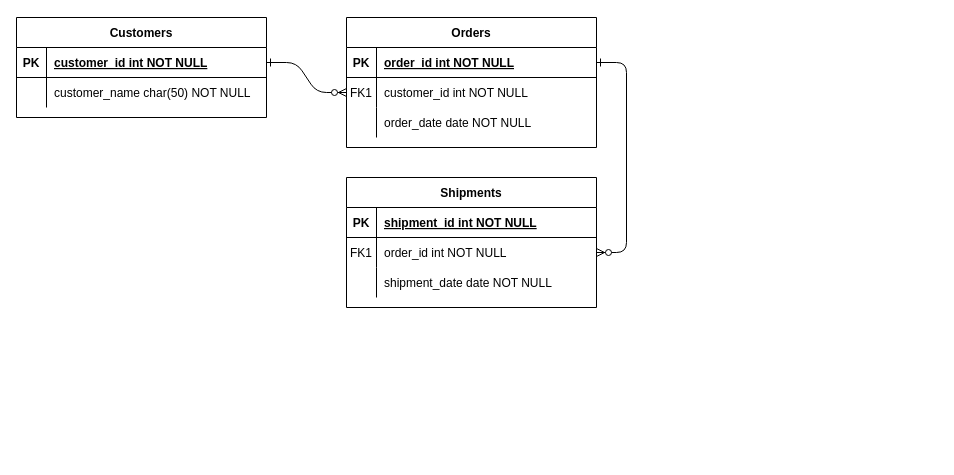
seonghunYang/algorithm keeps this draw.io diagram as Untitled Diagram.drawio. Above is the earlier version. Source tidied: cells renumbered, new cells numbered last; positions are measured from the earlier drawing's top-left corner, leaving out a move shared by most shapes. Both pictures are drawn from the tidied source at 100%, with x=0, y=0 at pixel (16, 17).
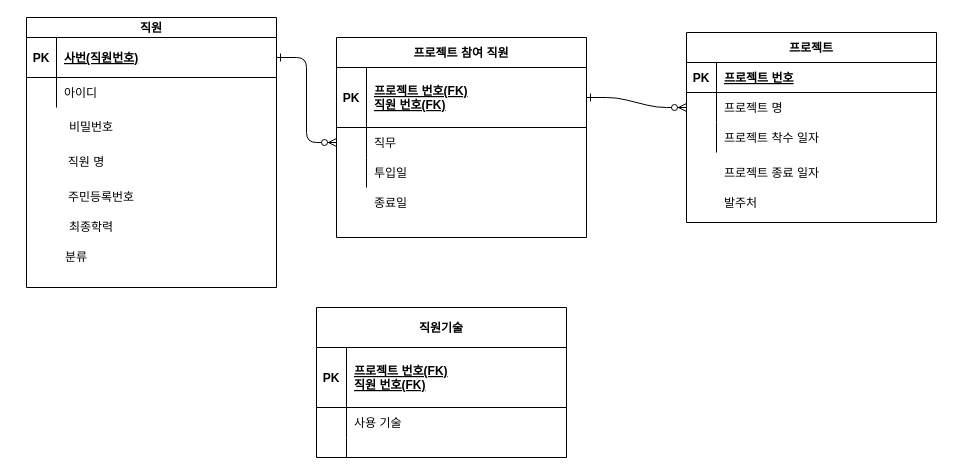
Above is the later version.

Unchanged cells that the change refers to:
```xml
<mxCell id="15" style="shape=partialRectangle;fillColor=none;top=0;left=0;right=0;bottom=1;" parent="14" vertex="1">
  <mxGeometry y="30" width="250" height="30" as="geometry" />
</mxCell>
<mxCell id="18" style="shape=partialRectangle;fillColor=none;points=[[0,0.5],[1,0.5]];portConstraint=eastwest;top=0;left=0;right=0;bottom=0;" parent="14" vertex="1">
  <mxGeometry y="60" width="250" height="30" as="geometry" />
</mxCell>
<mxCell id="21" style="shape=partialRectangle;fillColor=none;top=0;left=0;right=0;bottom=0;" parent="14" vertex="1">
  <mxGeometry y="90" width="250" height="30" as="geometry" />
</mxCell>
<mxCell id="28" style="shape=partialRectangle;fillColor=none;top=0;left=0;right=0;bottom=0;" parent="24" vertex="1">
  <mxGeometry y="60" width="250" height="30" as="geometry" />
</mxCell>
```

The edit, as a diff of the source:
```diff
@@
-    <mxCell id="4" value="Orders" style="shape=table;startSize=30;childLayout=tableLayout;rowLines=0;fontStyle=1;align=center;" parent="1" vertex="1">
-      <mxGeometry x="330" width="250" height="130" as="geometry" />
+    <mxCell id="4" value="프로젝트 참여 직원" style="shape=table;startSize=30;childLayout=tableLayout;rowLines=0;fontStyle=1;align=center;" parent="1" vertex="1">
+      <mxGeometry x="320" y="20" width="250" height="200" as="geometry" />
     </mxCell>
     <mxCell id="5" style="shape=partialRectangle;fillColor=none;points=[[0,0.5],[1,0.5]];portConstraint=eastwest;top=0;left=0;right=0;bottom=1;" parent="4" vertex="1">
-      <mxGeometry y="30" width="250" height="30" as="geometry" />
+      <mxGeometry y="30" width="250" height="60" as="geometry" />
     </mxCell>
     <mxCell id="6" value="PK" style="shape=partialRectangle;overflow=hidden;fillColor=none;top=0;left=0;bottom=0;right=0;fontStyle=1;" parent="5" vertex="1">
-      <mxGeometry width="30" height="30" as="geometry" />
+      <mxGeometry width="30" height="60" as="geometry" />
     </mxCell>
-    <mxCell id="7" value="order_id int NOT NULL " style="shape=partialRectangle;overflow=hidden;fillColor=none;top=0;left=0;bottom=0;right=0;align=left;spacingLeft=6;fontStyle=5;" parent="5" vertex="1">
-      <mxGeometry x="30" width="220" height="30" as="geometry" />
+    <mxCell id="7" value="프로젝트 번호(FK)&#10;직원 번호(FK)" style="shape=partialRectangle;overflow=hidden;fillColor=none;top=0;left=0;bottom=0;right=0;align=left;spacingLeft=6;fontStyle=5;" parent="5" vertex="1">
+      <mxGeometry x="30" width="220" height="60" as="geometry" />
     </mxCell>
     <mxCell id="8" style="shape=partialRectangle;fillColor=none;points=[[0,0.5],[1,0.5]];portConstraint=eastwest;top=0;left=0;right=0;bottom=0;" parent="4" vertex="1">
-      <mxGeometry y="60" width="250" height="30" as="geometry" />
+      <mxGeometry y="90" width="250" height="30" as="geometry" />
     </mxCell>
-    <mxCell id="9" value="FK1" style="shape=partialRectangle;overflow=hidden;fillColor=none;top=0;left=0;bottom=0;right=0;" parent="8" vertex="1">
+    <mxCell id="9" style="shape=partialRectangle;overflow=hidden;fillColor=none;top=0;left=0;bottom=0;right=0;" parent="8" vertex="1">
       <mxGeometry width="30" height="30" as="geometry" />
     </mxCell>
-    <mxCell id="10" value="customer_id int NOT NULL" style="shape=partialRectangle;overflow=hidden;fillColor=none;top=0;left=0;bottom=0;right=0;align=left;spacingLeft=6;" parent="8" vertex="1">
+    <mxCell id="10" value="직무" style="shape=partialRectangle;overflow=hidden;fillColor=none;top=0;left=0;bottom=0;right=0;align=left;spacingLeft=6;" parent="8" vertex="1">
       <mxGeometry x="30" width="220" height="30" as="geometry" />
     </mxCell>
     <mxCell id="11" style="shape=partialRectangle;fillColor=none;top=0;left=0;right=0;bottom=0;" parent="4" vertex="1">
-      <mxGeometry y="90" width="250" height="30" as="geometry" />
+      <mxGeometry y="120" width="250" height="30" as="geometry" />
     </mxCell>
@@
-    <mxCell id="13" value="order_date date NOT NULL" style="shape=partialRectangle;overflow=hidden;fillColor=none;top=0;left=0;bottom=0;right=0;align=left;spacingLeft=6;" parent="11" vertex="1">
+    <mxCell id="13" value="투입일" style="shape=partialRectangle;overflow=hidden;fillColor=none;top=0;left=0;bottom=0;right=0;align=left;spacingLeft=6;" parent="11" vertex="1">
       <mxGeometry x="30" width="220" height="30" as="geometry" />
     </mxCell>
-    <mxCell id="14" value="Shipments" style="shape=table;startSize=30;childLayout=tableLayout;rowLines=0;fontStyle=1;align=center;" parent="1" vertex="1">
-      <mxGeometry x="330" y="160" width="250" height="130" as="geometry" />
+    <mxCell id="14" value="프로젝트" style="shape=table;startSize=30;childLayout=tableLayout;rowLines=0;fontStyle=1;align=center;" parent="1" vertex="1">
+      <mxGeometry x="670" y="15" width="250" height="190" as="geometry" />
     </mxCell>
@@
-    <mxCell id="17" value="shipment_id int NOT NULL " style="shape=partialRectangle;overflow=hidden;fillColor=none;top=0;left=0;bottom=0;right=0;align=left;spacingLeft=6;fontStyle=5;" parent="15" vertex="1">
+    <mxCell id="17" value="프로젝트 번호" style="shape=partialRectangle;overflow=hidden;fillColor=none;top=0;left=0;bottom=0;right=0;align=left;spacingLeft=6;fontStyle=5;" parent="15" vertex="1">
       <mxGeometry x="30" width="220" height="30" as="geometry" />
     </mxCell>
@@
-    <mxCell id="19" value="FK1" style="shape=partialRectangle;overflow=hidden;fillColor=none;top=0;left=0;bottom=0;right=0;" parent="18" vertex="1">
+    <mxCell id="19" style="shape=partialRectangle;overflow=hidden;fillColor=none;top=0;left=0;bottom=0;right=0;" parent="18" vertex="1">
       <mxGeometry width="30" height="30" as="geometry" />
     </mxCell>
-    <mxCell id="20" value="order_id int NOT NULL" style="shape=partialRectangle;overflow=hidden;fillColor=none;top=0;left=0;bottom=0;right=0;align=left;spacingLeft=6;" parent="18" vertex="1">
+    <mxCell id="20" value="프로젝트 명" style="shape=partialRectangle;overflow=hidden;fillColor=none;top=0;left=0;bottom=0;right=0;align=left;spacingLeft=6;" parent="18" vertex="1">
       <mxGeometry x="30" width="220" height="30" as="geometry" />
     </mxCell>
@@
-    <mxCell id="23" value="shipment_date date NOT NULL" style="shape=partialRectangle;overflow=hidden;fillColor=none;top=0;left=0;bottom=0;right=0;align=left;spacingLeft=6;" parent="21" vertex="1">
+    <mxCell id="23" value="프로젝트 착수 일자" style="shape=partialRectangle;overflow=hidden;fillColor=none;top=0;left=0;bottom=0;right=0;align=left;spacingLeft=6;" parent="21" vertex="1">
       <mxGeometry x="30" width="220" height="30" as="geometry" />
     </mxCell>
-    <mxCell id="24" value="Customers" style="shape=table;startSize=30;childLayout=tableLayout;rowLines=0;fontStyle=1;align=center;" parent="1" vertex="1">
-      <mxGeometry width="250" height="100" as="geometry" />
+    <mxCell id="24" value="직원" style="shape=table;startSize=20;childLayout=tableLayout;rowLines=0;fontStyle=1;align=center;" parent="1" vertex="1">
+      <mxGeometry x="10" width="250" height="270" as="geometry" />
     </mxCell>
     <mxCell id="25" style="shape=partialRectangle;fillColor=none;points=[[0,0.5],[1,0.5]];portConstraint=eastwest;top=0;left=0;right=0;bottom=1;" parent="24" vertex="1">
-      <mxGeometry y="30" width="250" height="30" as="geometry" />
+      <mxGeometry y="20" width="250" height="40" as="geometry" />
     </mxCell>
     <mxCell id="26" value="PK" style="shape=partialRectangle;overflow=hidden;fillColor=none;top=0;left=0;bottom=0;right=0;fontStyle=1;" parent="25" vertex="1">
-      <mxGeometry width="30" height="30" as="geometry" />
+      <mxGeometry width="30" height="40" as="geometry" />
     </mxCell>
-    <mxCell id="27" value="customer_id int NOT NULL " style="shape=partialRectangle;overflow=hidden;fillColor=none;top=0;left=0;bottom=0;right=0;align=left;spacingLeft=6;fontStyle=5;" parent="25" vertex="1">
-      <mxGeometry x="30" width="220" height="30" as="geometry" />
+    <mxCell id="27" value="사번(직원번호)" style="shape=partialRectangle;overflow=hidden;fillColor=none;top=0;left=0;bottom=0;right=0;align=left;spacingLeft=6;fontStyle=5;" parent="25" vertex="1">
+      <mxGeometry x="30" width="220" height="40" as="geometry" />
     </mxCell>
@@
-    <mxCell id="30" value="customer_name char(50) NOT NULL" style="shape=partialRectangle;overflow=hidden;fillColor=none;top=0;left=0;bottom=0;right=0;align=left;spacingLeft=6;" parent="28" vertex="1">
+    <mxCell id="30" value="아이디" style="shape=partialRectangle;overflow=hidden;fillColor=none;top=0;left=0;bottom=0;right=0;align=left;spacingLeft=6;" parent="28" vertex="1">
       <mxGeometry x="30" width="220" height="30" as="geometry" />
     </mxCell>
+    <mxCell id="31" value="비밀번호" style="text;html=1;strokeColor=none;fillColor=none;align=center;verticalAlign=middle;whiteSpace=wrap;rounded=0;" parent="1" vertex="1">
+      <mxGeometry x="40" y="100" width="70" height="20" as="geometry" />
+    </mxCell>
+    <mxCell id="32" value="주민등록번호" style="text;html=1;strokeColor=none;fillColor=none;align=center;verticalAlign=middle;whiteSpace=wrap;rounded=0;" parent="1" vertex="1">
+      <mxGeometry x="30" y="170" width="110" height="20" as="geometry" />
+    </mxCell>
+    <mxCell id="33" value="직원 명" style="text;html=1;strokeColor=none;fillColor=none;align=center;verticalAlign=middle;whiteSpace=wrap;rounded=0;" parent="1" vertex="1">
+      <mxGeometry x="40" y="130" width="60" height="30" as="geometry" />
+    </mxCell>
+    <mxCell id="34" value="최종학력" style="text;html=1;strokeColor=none;fillColor=none;align=center;verticalAlign=middle;whiteSpace=wrap;rounded=0;" parent="1" vertex="1">
+      <mxGeometry x="40" y="200" width="70" height="20" as="geometry" />
+    </mxCell>
+    <mxCell id="35" value="분류" style="text;html=1;strokeColor=none;fillColor=none;align=center;verticalAlign=middle;whiteSpace=wrap;rounded=0;" parent="1" vertex="1">
+      <mxGeometry x="40" y="230" width="40" height="20" as="geometry" />
+    </mxCell>
+    <mxCell id="36" style="shape=partialRectangle;fillColor=none;top=0;left=0;right=0;bottom=0;" parent="1" vertex="1">
+      <mxGeometry x="670" y="140" width="250" height="30" as="geometry" />
+    </mxCell>
+    <mxCell id="37" style="shape=partialRectangle;overflow=hidden;fillColor=none;top=0;left=0;bottom=0;right=0;" parent="36" vertex="1">
+      <mxGeometry width="30" height="30" as="geometry" />
+    </mxCell>
+    <mxCell id="38" value="프로젝트 종료 일자" style="shape=partialRectangle;overflow=hidden;fillColor=none;top=0;left=0;bottom=0;right=0;align=left;spacingLeft=6;" parent="36" vertex="1">
+      <mxGeometry x="30" width="220" height="30" as="geometry" />
+    </mxCell>
+    <mxCell id="39" style="shape=partialRectangle;fillColor=none;top=0;left=0;right=0;bottom=0;" parent="1" vertex="1">
+      <mxGeometry x="670" y="170" width="250" height="30" as="geometry" />
+    </mxCell>
+    <mxCell id="40" style="shape=partialRectangle;overflow=hidden;fillColor=none;top=0;left=0;bottom=0;right=0;" parent="39" vertex="1">
+      <mxGeometry width="30" height="30" as="geometry" />
+    </mxCell>
+    <mxCell id="41" value="발주처" style="shape=partialRectangle;overflow=hidden;fillColor=none;top=0;left=0;bottom=0;right=0;align=left;spacingLeft=6;" parent="39" vertex="1">
+      <mxGeometry x="30" width="220" height="30" as="geometry" />
+    </mxCell>
+    <mxCell id="42" style="shape=partialRectangle;fillColor=none;top=0;left=0;right=0;bottom=0;" parent="1" vertex="1">
+      <mxGeometry x="320" y="170" width="250" height="30" as="geometry" />
+    </mxCell>
+    <mxCell id="43" style="shape=partialRectangle;overflow=hidden;fillColor=none;top=0;left=0;bottom=0;right=0;" parent="42" vertex="1">
+      <mxGeometry width="30" height="30" as="geometry" />
+    </mxCell>
+    <mxCell id="44" value="종료일" style="shape=partialRectangle;overflow=hidden;fillColor=none;top=0;left=0;bottom=0;right=0;align=left;spacingLeft=6;" parent="42" vertex="1">
+      <mxGeometry x="30" width="220" height="30" as="geometry" />
+    </mxCell>
+    <mxCell id="45" value="직원기술" style="shape=table;startSize=40;childLayout=tableLayout;rowLines=0;fontStyle=1;align=center;" parent="1" vertex="1">
+      <mxGeometry x="300" y="290" width="250" height="150" as="geometry" />
+    </mxCell>
+    <mxCell id="46" style="shape=partialRectangle;fillColor=none;top=0;left=0;right=0;bottom=1;" parent="45" vertex="1">
+      <mxGeometry y="40" width="250" height="60" as="geometry" />
+    </mxCell>
+    <mxCell id="47" value="PK" style="shape=partialRectangle;overflow=hidden;fillColor=none;top=0;left=0;bottom=0;right=0;fontStyle=1;" parent="46" vertex="1">
+      <mxGeometry width="30" height="60" as="geometry" />
+    </mxCell>
+    <mxCell id="48" value="프로젝트 번호(FK)&#10;직원 번호(FK)" style="shape=partialRectangle;overflow=hidden;fillColor=none;top=0;left=0;bottom=0;right=0;align=left;spacingLeft=6;fontStyle=5;" parent="46" vertex="1">
+      <mxGeometry x="30" width="220" height="60" as="geometry" />
+    </mxCell>
+    <mxCell id="49" style="shape=partialRectangle;fillColor=none;top=0;left=0;right=0;bottom=0;" parent="45" vertex="1">
+      <mxGeometry y="100" width="250" height="30" as="geometry" />
+    </mxCell>
+    <mxCell id="50" style="shape=partialRectangle;overflow=hidden;fillColor=none;top=0;left=0;bottom=0;right=0;" parent="49" vertex="1">
+      <mxGeometry width="30" height="30" as="geometry" />
+    </mxCell>
+    <mxCell id="51" value="사용 기술" style="shape=partialRectangle;overflow=hidden;fillColor=none;top=0;left=0;bottom=0;right=0;align=left;spacingLeft=6;" parent="49" vertex="1">
+      <mxGeometry x="30" width="220" height="30" as="geometry" />
+    </mxCell>
+    <mxCell id="52" style="shape=partialRectangle;fillColor=none;top=0;left=0;right=0;bottom=0;" parent="45" vertex="1">
+      <mxGeometry y="130" width="250" height="20" as="geometry" />
+    </mxCell>
+    <mxCell id="53" style="shape=partialRectangle;overflow=hidden;fillColor=none;top=0;left=0;bottom=0;right=0;" parent="52" vertex="1">
+      <mxGeometry width="30" height="20" as="geometry" />
+    </mxCell>
+    <mxCell id="54" style="shape=partialRectangle;overflow=hidden;fillColor=none;top=0;left=0;bottom=0;right=0;align=left;spacingLeft=6;" parent="52" vertex="1">
+      <mxGeometry x="30" width="220" height="20" as="geometry" />
+    </mxCell>
```
